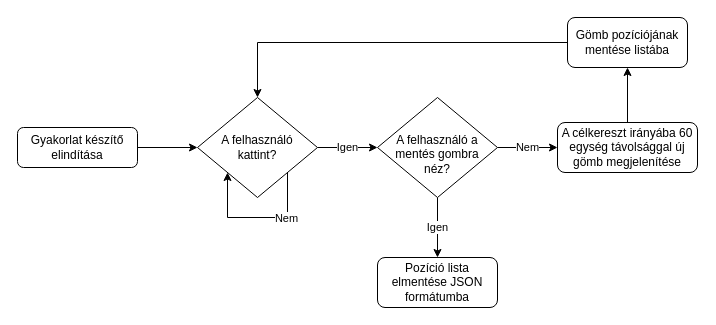
Before: Documents/Charts/edit_mode_flowchart.drawio in KihiraLove/Szakdoga, a draw.io diagram. Source tidied: cells renumbered, new cells numbered last; positions are measured from the earlier drawing's top-left corner, leaving out a move shared by most shapes. Both pictures are drawn from the tidied source at 100%, with x=0, y=0 at pixel (17, 17).
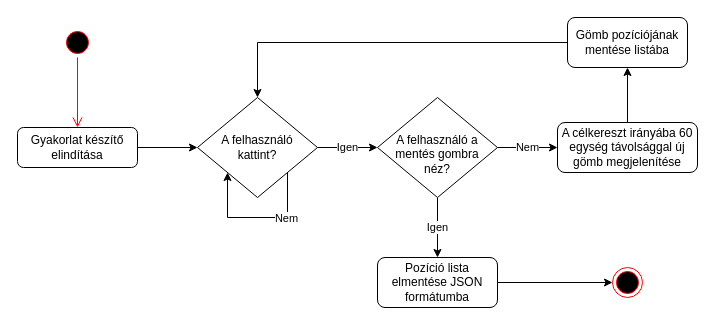
The same diagram, later.

Unchanged cells that the change refers to:
```xml
<mxCell id="3" value="Gyakorlat készítő elindítása" style="rounded=1;whiteSpace=wrap;html=1;fontSize=12;glass=0;strokeWidth=1;shadow=0;" parent="1" vertex="1">
  <mxGeometry y="110" width="120" height="40" as="geometry" />
</mxCell>
<mxCell id="11" value="Pozíció lista elmentése JSON formátumba" style="rounded=1;whiteSpace=wrap;html=1;shadow=0;strokeWidth=1;spacing=2;spacingTop=0;" parent="1" vertex="1">
  <mxGeometry x="360" y="240" width="120" height="50" as="geometry" />
</mxCell>
```

What changed in the source:
```diff
@@
+    <mxCell id="16" style="edgeStyle=orthogonalEdgeStyle;rounded=0;jettySize=auto;html=1;" parent="1" edge="1" source="11" target="19">
+      <mxGeometry relative="1" as="geometry" />
+    </mxCell>
@@
+    <mxCell id="17" style="ellipse;html=1;shape=startState;fillColor=#000000;strokeColor=#ff0000;" parent="1" vertex="1">
+      <mxGeometry x="45" y="10" width="30" height="30" as="geometry" />
+    </mxCell>
+    <mxCell id="18" style="edgeStyle=orthogonalEdgeStyle;html=1;verticalAlign=bottom;endArrow=open;endSize=8;strokeColor=#ff0000;rounded=0;entryX=0.5;entryY=0;entryDx=0;entryDy=0;" parent="1" edge="1" source="17" target="3">
+      <mxGeometry relative="1" as="geometry" />
+    </mxCell>
+    <mxCell id="19" style="ellipse;html=1;shape=endState;fillColor=#000000;strokeColor=#ff0000;" parent="1" vertex="1">
+      <mxGeometry x="595" y="250" width="30" height="30" as="geometry" />
+    </mxCell>
```
